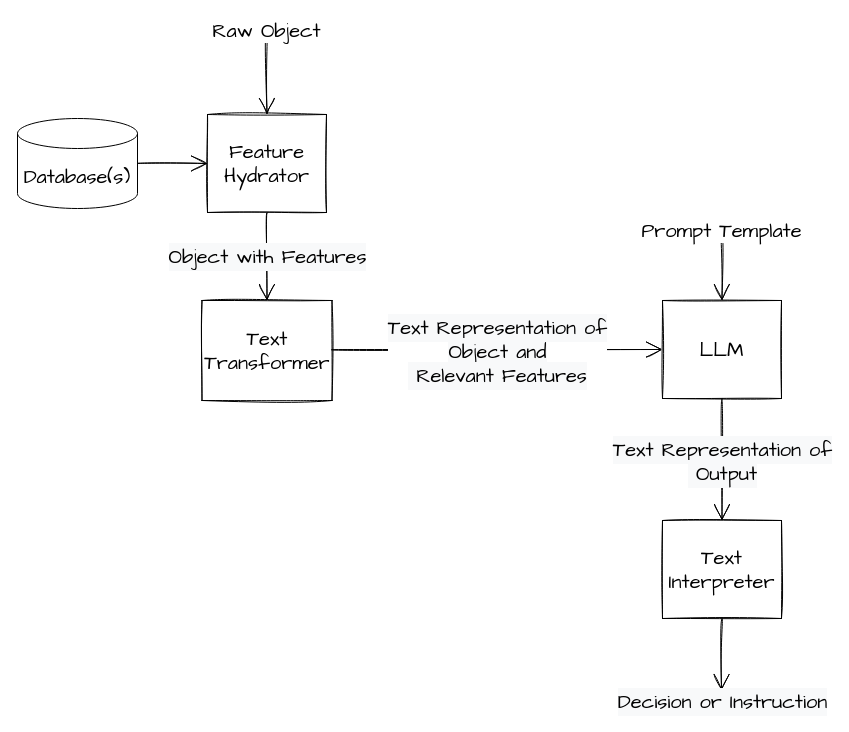
This is page "Textification" (1 of 5) of img/LLMsTextSketch.drawio from dshieble/dshieble.github.io, a draw.io file, before an edit. Source tidied: cells renumbered, new cells numbered last; positions are measured from the earlier drawing's top-left corner, leaving out a move shared by most shapes. Both pictures are drawn from the tidied source at 100%, with x=0, y=0 at pixel (17, 30).
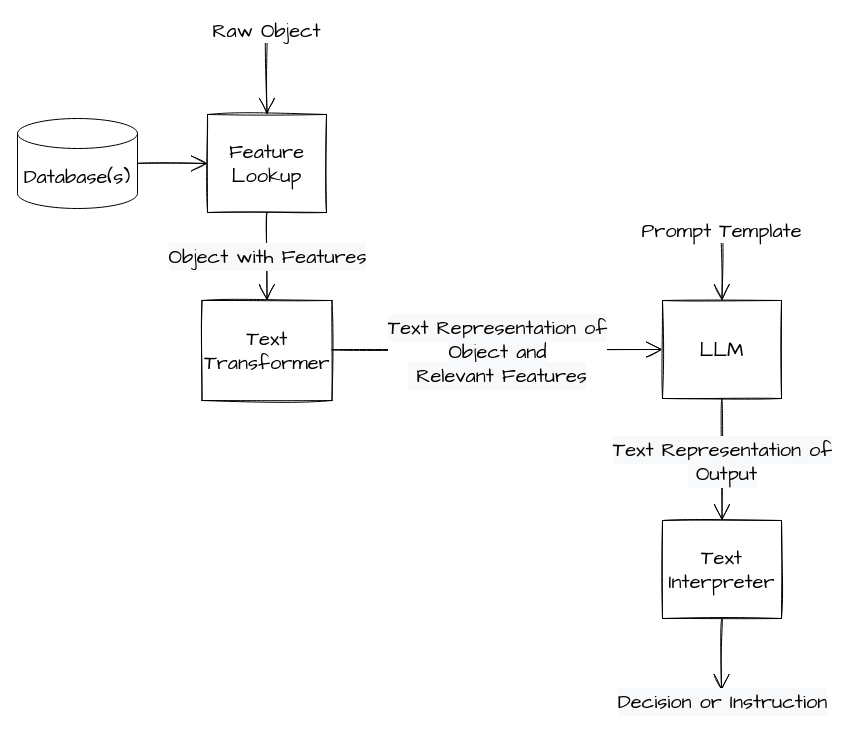
The same diagram, later.

The edit, as a diff of the source:
```diff
@@
-    <mxCell id="2" value="Feature Hydrator" style="rounded=0;whiteSpace=wrap;html=1;sketch=1;hachureGap=4;fontFamily=Architects Daughter;fontSize=20;" parent="1" vertex="1">
+    <mxCell id="2" value="Feature Lookup" style="rounded=0;whiteSpace=wrap;html=1;sketch=1;hachureGap=4;fontFamily=Architects Daughter;fontSize=20;" parent="1" vertex="1">
       <mxGeometry x="190" y="84" width="119" height="98" as="geometry" />
     </mxCell>
```
